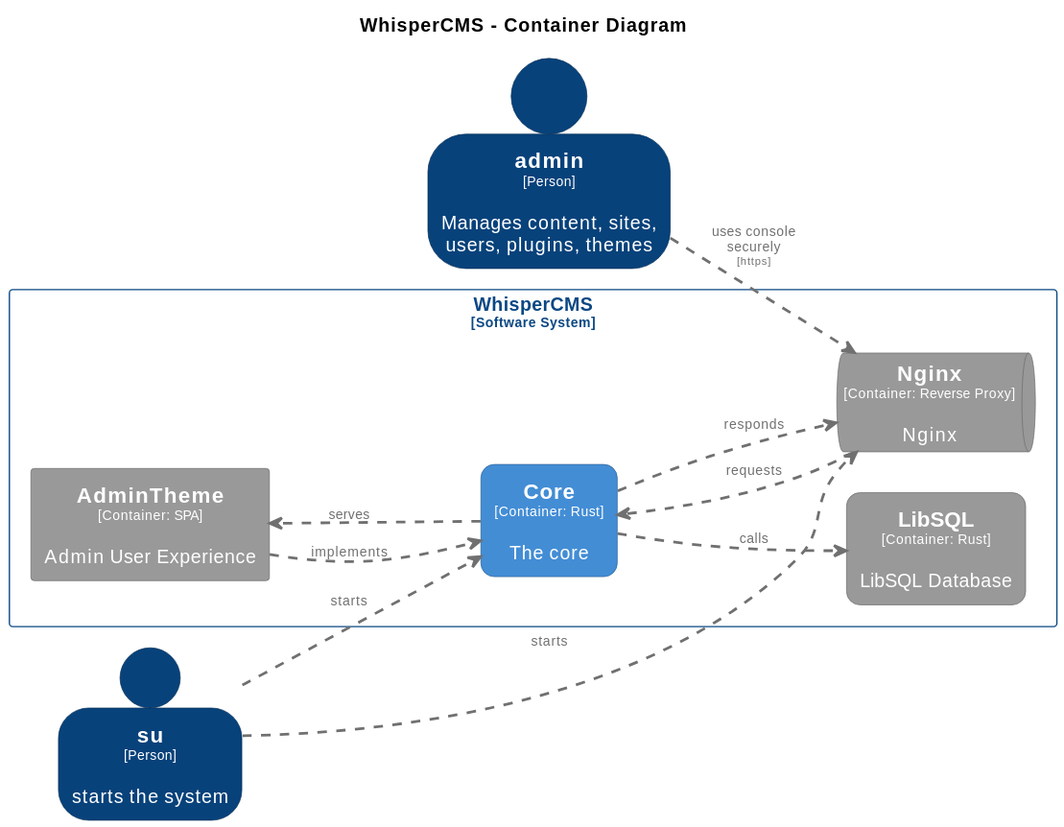
Earlier version of the PlantUML export docs/diagrams/structurizr-WhisperCMS-Containers.svg (CoderByBlood/whisper-cms).
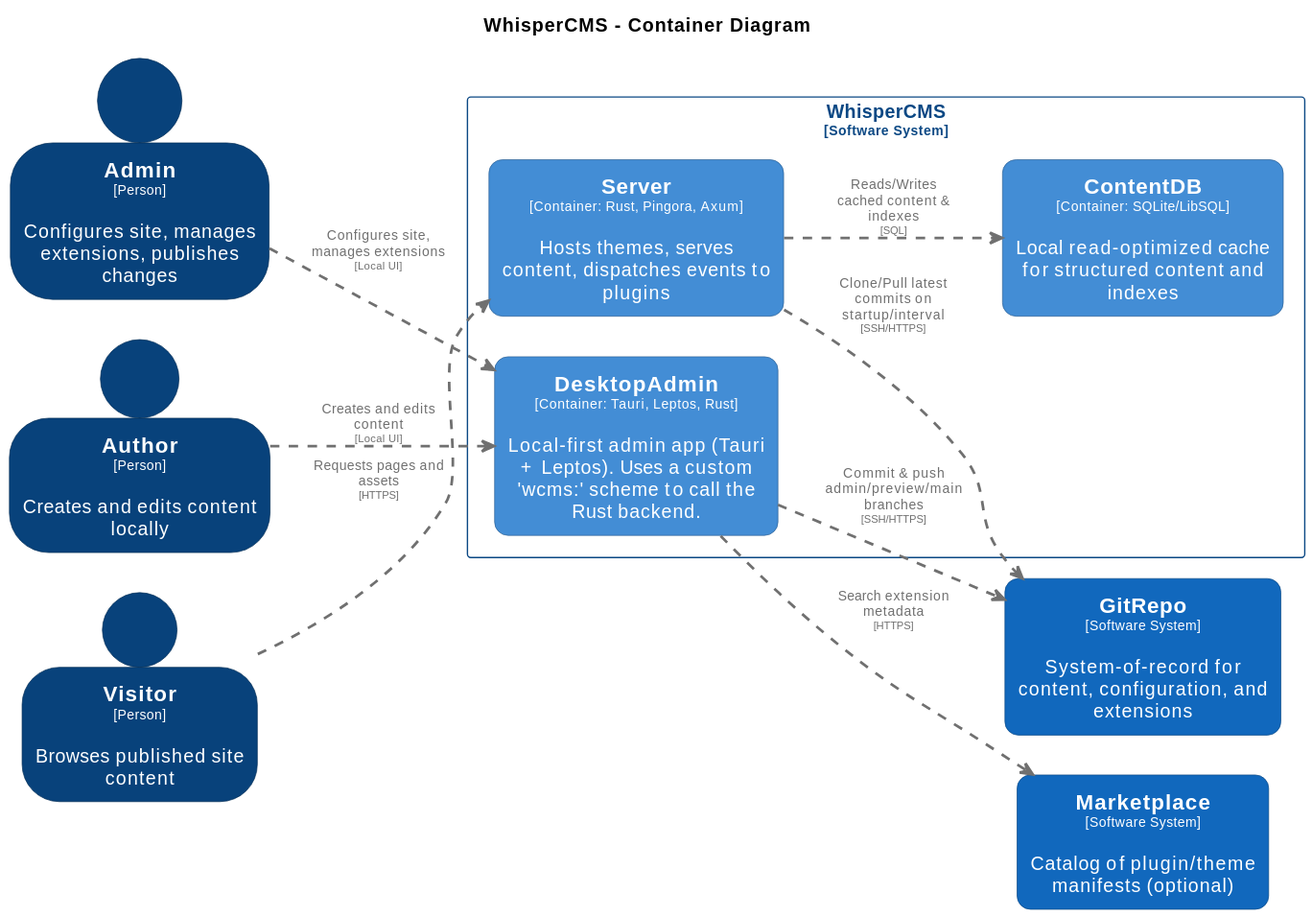
After the commit.

Change to the diagram source:
```diff
@@ -15,39 +15,54 @@
 
 hide stereotype
 
-skinparam rectangle<<WhisperCMS.AdminTheme>> {
-  BackgroundColor #999999
+skinparam person<<Admin>> {
+  BackgroundColor #08427b
   FontColor #ffffff
-  BorderColor #6b6b6b
+  BorderColor #052e56
   shadowing false
 }
-skinparam rectangle<<WhisperCMS.Core>> {
+skinparam person<<Author>> {
+  BackgroundColor #08427b
+  FontColor #ffffff
+  BorderColor #052e56
+  shadowing false
+}
+skinparam rectangle<<WhisperCMS.ContentDB>> {
   BackgroundColor #438dd5
   FontColor #ffffff
   BorderColor #2e6295
   roundCorner 20
   shadowing false
 }
-skinparam rectangle<<WhisperCMS.LibSQL>> {
-  BackgroundColor #999999
+skinparam rectangle<<WhisperCMS.DesktopAdmin>> {
+  BackgroundColor #438dd5
   FontColor #ffffff
-  BorderColor #6b6b6b
+  BorderColor #2e6295
   roundCorner 20
   shadowing false
 }
-skinparam queue<<WhisperCMS.Nginx>> {
-  BackgroundColor #999999
+skinparam rectangle<<GitRepo>> {
+  BackgroundColor #1168bd
   FontColor #ffffff
-  BorderColor #6b6b6b
+  BorderColor #0b4884
+  roundCorner 20
   shadowing false
 }
-skinparam person<<admin>> {
-  BackgroundColor #08427b
+skinparam rectangle<<Marketplace>> {
+  BackgroundColor #1168bd
   FontColor #ffffff
-  BorderColor #052e56
+  BorderColor #0b4884
+  roundCorner 20
   shadowing false
 }
-skinparam person<<su>> {
+skinparam rectangle<<WhisperCMS.Server>> {
+  BackgroundColor #438dd5
+  FontColor #ffffff
+  BorderColor #2e6295
+  roundCorner 20
+  shadowing false
+}
+skinparam person<<Visitor>> {
   BackgroundColor #08427b
   FontColor #ffffff
   BorderColor #052e56
@@ -59,22 +74,23 @@
   shadowing false
 }
 
-person "==admin\n<size:10>[Person]</size>\n\nManages content, sites, users, plugins, themes" <<admin>> as admin
-person "==su\n<size:10>[Person]</size>\n\nstarts the system" <<su>> as su
+person "==Admin\n<size:10>[Person]</size>\n\nConfigures site, manages extensions, publishes changes" <<Admin>> as Admin
+person "==Author\n<size:10>[Person]</size>\n\nCreates and edits content locally" <<Author>> as Author
+person "==Visitor\n<size:10>[Person]</size>\n\nBrowses published site content" <<Visitor>> as Visitor
+rectangle "==GitRepo\n<size:10>[Software System]</size>\n\nSystem-of-record for content, configuration, and extensions" <<GitRepo>> as GitRepo
+rectangle "==Marketplace\n<size:10>[Software System]</size>\n\nCatalog of plugin/theme manifests (optional)" <<Marketplace>> as Marketplace
 
 rectangle "WhisperCMS\n<size:10>[Software System]</size>" <<WhisperCMS>> {
-  rectangle "==AdminTheme\n<size:10>[Container: SPA]</size>\n\nAdmin User Experience" <<WhisperCMS.AdminTheme>> as WhisperCMS.AdminTheme
-  queue "==Nginx\n<size:10>[Container: Reverse Proxy]</size>\n\nNginx" <<WhisperCMS.Nginx>> as WhisperCMS.Nginx
-  rectangle "==Core\n<size:10>[Container: Rust]</size>\n\nThe core" <<WhisperCMS.Core>> as WhisperCMS.Core
-  rectangle "==LibSQL\n<size:10>[Container: Rust]</size>\n\nLibSQL Database" <<WhisperCMS.LibSQL>> as WhisperCMS.LibSQL
+  rectangle "==Server\n<size:10>[Container: Rust, Pingora, Axum]</size>\n\nHosts themes, serves content, dispatches events to plugins" <<WhisperCMS.Server>> as WhisperCMS.Server
+  rectangle "==ContentDB\n<size:10>[Container: SQLite/LibSQL]</size>\n\nLocal read-optimized cache for structured content and indexes" <<WhisperCMS.ContentDB>> as WhisperCMS.ContentDB
+  rectangle "==DesktopAdmin\n<size:10>[Container: Tauri, Leptos, Rust]</size>\n\nLocal-first admin app (Tauri + Leptos). Uses a custom 'wcms:' scheme to call the Rust backend." <<WhisperCMS.DesktopAdmin>> as WhisperCMS.DesktopAdmin
 }
 
-su .[#707070,thickness=2].> WhisperCMS.Core : "<color:#707070>starts"
-WhisperCMS.AdminTheme .[#707070,thickness=2].> WhisperCMS.Core : "<color:#707070>implements"
-WhisperCMS.Core .[#707070,thickness=2].> WhisperCMS.AdminTheme : "<color:#707070>serves"
-su .[#707070,thickness=2].> WhisperCMS.Nginx : "<color:#707070>starts"
-admin .[#707070,thickness=2].> WhisperCMS.Nginx : "<color:#707070>uses console securely\n<color:#707070><size:8>[https]</size>"
-WhisperCMS.Nginx .[#707070,thickness=2].> WhisperCMS.Core : "<color:#707070>requests"
-WhisperCMS.Core .[#707070,thickness=2].> WhisperCMS.Nginx : "<color:#707070>responds"
-WhisperCMS.Core .[#707070,thickness=2].> WhisperCMS.LibSQL : "<color:#707070>calls"
+WhisperCMS.Server .[#707070,thickness=2].> WhisperCMS.ContentDB : "<color:#707070>Reads/Writes cached content & indexes\n<color:#707070><size:8>[SQL]</size>"
+Admin .[#707070,thickness=2].> WhisperCMS.DesktopAdmin : "<color:#707070>Configures site, manages extensions\n<color:#707070><size:8>[Local UI]</size>"
+Author .[#707070,thickness=2].> WhisperCMS.DesktopAdmin : "<color:#707070>Creates and edits content\n<color:#707070><size:8>[Local UI]</size>"
+Visitor .[#707070,thickness=2].> WhisperCMS.Server : "<color:#707070>Requests pages and assets\n<color:#707070><size:8>[HTTPS]</size>"
+WhisperCMS.DesktopAdmin .[#707070,thickness=2].> GitRepo : "<color:#707070>Commit & push admin/preview/main branches\n<color:#707070><size:8>[SSH/HTTPS]</size>"
+WhisperCMS.Server .[#707070,thickness=2].> GitRepo : "<color:#707070>Clone/Pull latest commits on startup/interval\n<color:#707070><size:8>[SSH/HTTPS]</size>"
+WhisperCMS.DesktopAdmin .[#707070,thickness=2].> Marketplace : "<color:#707070>Search extension metadata\n<color:#707070><size:8>[HTTPS]</size>"
 @enduml
```
